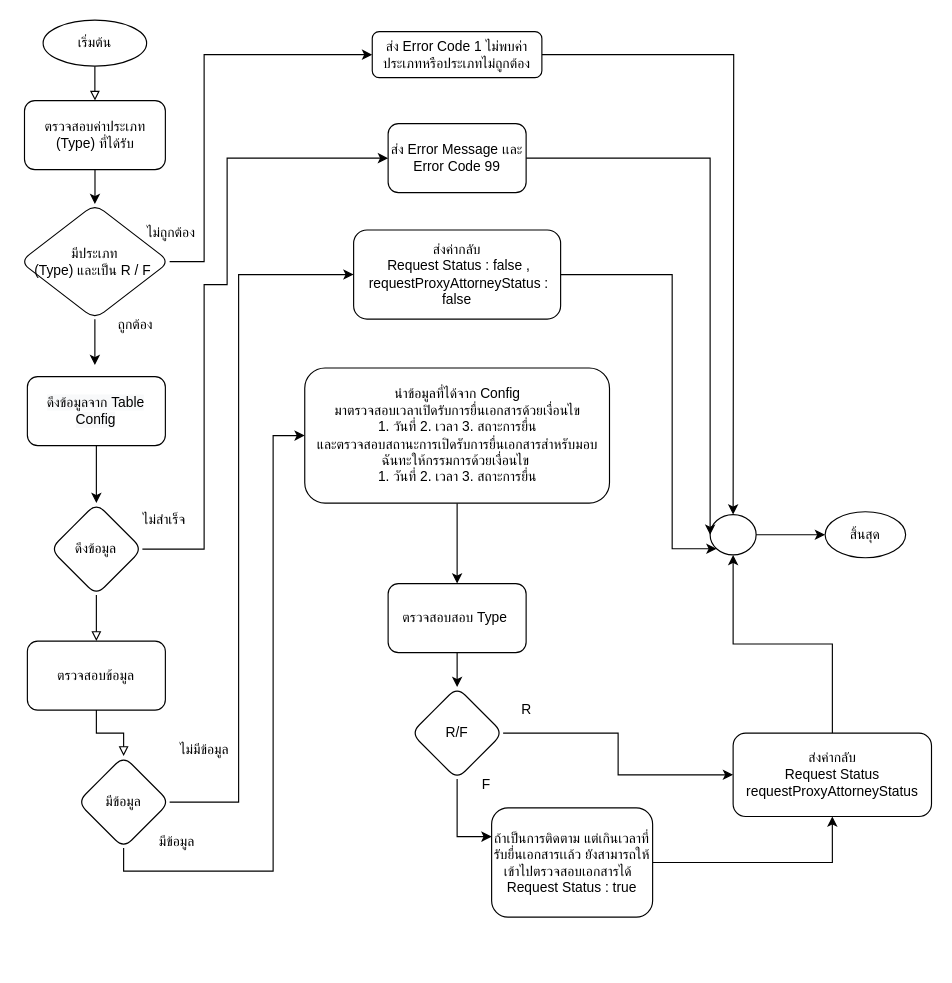
Earlier version of the draw.io diagram checkRequest.drawio (charifrodmanee/charifrodmanee). Source tidied: cells renumbered, new cells numbered last; positions are measured from the earlier drawing's top-left corner, leaving out a move shared by most shapes. Both pictures are drawn from the tidied source at 115%, with x=0, y=0 at pixel (20, 20).
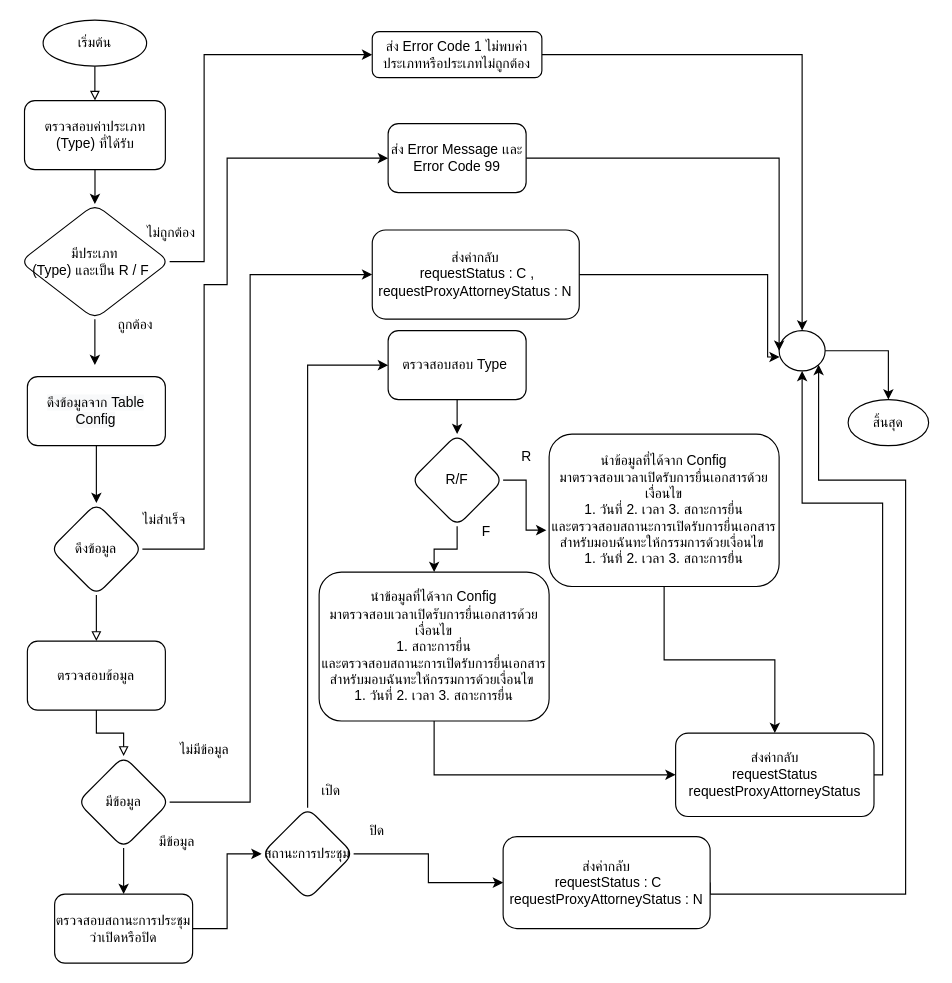
After the change.

Unchanged cells that the change refers to:
```xml
<mxCell id="10" value="ส่ง Error Code 1 ไม่พบค่าประเภทหรือประเภทไม่ถูกต้อง" style="rounded=1;whiteSpace=wrap;html=1;" parent="1" vertex="1">
  <mxGeometry x="306.2" y="10" width="147.5" height="40" as="geometry" />
</mxCell>
<mxCell id="24" value="มีข้อมูล" style="rhombus;whiteSpace=wrap;html=1;rounded=1;" parent="1" vertex="1">
  <mxGeometry x="50" y="640" width="80" height="80" as="geometry" />
</mxCell>
<mxCell id="30" value="ส่ง Error Message เเละ Error Code 99" style="whiteSpace=wrap;html=1;rounded=1;" parent="1" vertex="1">
  <mxGeometry x="320" y="90" width="120" height="60" as="geometry" />
</mxCell>
<mxCell id="38" value="ตรวจสอบสอบ Type&amp;nbsp;" style="whiteSpace=wrap;html=1;rounded=1;" parent="37" vertex="1">
  <mxGeometry width="120" height="60" as="geometry" />
</mxCell>
<mxCell id="39" value="R/F" style="rhombus;whiteSpace=wrap;html=1;rounded=1;" parent="37" vertex="1">
  <mxGeometry x="20" y="90" width="80" height="80" as="geometry" />
</mxCell>
```

Diff of the diagram source:
```diff
@@
-    <mxCell id="3" style="edgeStyle=orthogonalEdgeStyle;rounded=0;jettySize=auto;html=1;" parent="1" edge="1" source="10">
-      <mxGeometry relative="1" as="geometry">
-        <mxPoint x="620" y="430" as="targetPoint" />
-      </mxGeometry>
+    <mxCell id="3" style="edgeStyle=orthogonalEdgeStyle;rounded=0;jettySize=auto;html=1;entryX=0.5;entryY=0;entryDx=0;entryDy=0;" parent="1" edge="1" source="10" target="13">
+      <mxGeometry relative="1" as="geometry" />
     </mxCell>
@@
-    <mxCell id="9" value="มีประเภท&lt;br&gt;(Type) และเป็น R / F&amp;nbsp;" style="rhombus;whiteSpace=wrap;html=1;rounded=1;glass=0;strokeWidth=1;shadow=0;align=center;" parent="1" vertex="1">
+    <mxCell id="9" value="มีประเภท&lt;br&gt;(Type) และเป็น R / F&amp;nbsp;&amp;nbsp;" style="rhombus;whiteSpace=wrap;html=1;rounded=1;glass=0;strokeWidth=1;shadow=0;align=center;" parent="1" vertex="1">
       <mxGeometry y="160" width="130" height="100" as="geometry" />
     </mxCell>
@@
     <mxCell id="13" style="ellipse;whiteSpace=wrap;html=1;rounded=1;glass=0;strokeWidth=1;shadow=0;" parent="1" vertex="1">
-      <mxGeometry x="600" y="430" width="40" height="35" as="geometry" />
+      <mxGeometry x="660" y="270" width="40" height="35" as="geometry" />
     </mxCell>
     <mxCell id="14" value="สิ้นสุด" style="ellipse;whiteSpace=wrap;html=1;rounded=1;glass=0;strokeWidth=1;shadow=0;" parent="1" vertex="1">
-      <mxGeometry x="700" y="427.5" width="70" height="40" as="geometry" />
+      <mxGeometry x="720" y="330" width="70" height="40" as="geometry" />
     </mxCell>
@@
     <mxCell id="22" style="edgeStyle=orthogonalEdgeStyle;rounded=0;jettySize=auto;html=1;entryX=0;entryY=0.5;entryDx=0;entryDy=0;" parent="1" edge="1" source="24" target="33">
       <mxGeometry relative="1" as="geometry">
         <Array as="points">
-          <mxPoint x="190" y="680" />
-          <mxPoint x="190" y="221" />
+          <mxPoint x="200" y="680" />
+          <mxPoint x="200" y="221" />
         </Array>
       </mxGeometry>
     </mxCell>
-    <mxCell id="23" style="edgeStyle=orthogonalEdgeStyle;rounded=0;jettySize=auto;html=1;entryX=0;entryY=0.5;entryDx=0;entryDy=0;" parent="1" edge="1" source="24" target="28">
-      <mxGeometry relative="1" as="geometry">
-        <Array as="points">
-          <mxPoint x="90" y="740" />
-          <mxPoint x="220" y="740" />
-          <mxPoint x="220" y="361" />
-        </Array>
-      </mxGeometry>
-    </mxCell>
+    <mxCell id="47" style="edgeStyle=orthogonalEdgeStyle;rounded=0;jettySize=auto;html=1;" parent="1" edge="1" source="24" target="49">
+      <mxGeometry relative="1" as="geometry" />
+    </mxCell>
@@
-    <mxCell id="27" style="edgeStyle=orthogonalEdgeStyle;rounded=0;jettySize=auto;html=1;entryX=0.5;entryY=0;entryDx=0;entryDy=0;" parent="1" edge="1" source="28" target="38">
-      <mxGeometry relative="1" as="geometry">
-        <Array as="points">
-          <mxPoint x="380" y="475" />
-        </Array>
-      </mxGeometry>
-    </mxCell>
-    <mxCell id="28" value="นำข้อมูลที่ได้จาก Config &lt;br&gt;มาตรวจสอบเวลาเปิดรับการยื่นเอกสารด้วยเงื่อนไข&lt;br&gt;1. วันที่ 2. เวลา 3. สถาะการยื่น &lt;br&gt;และตรวจสอบสถานะการเปิดรับการยื่นเอกสารสำหรับมอบฉันทะให้กรรมการด้วยเงื่อนไข&amp;nbsp;&lt;br&gt;1. วันที่ 2. เวลา 3. สถาะการยื่น" style="whiteSpace=wrap;html=1;rounded=1;" parent="1" vertex="1">
-      <mxGeometry x="247.5" y="302.5" width="265" height="117.5" as="geometry" />
-    </mxCell>
     <mxCell id="29" style="edgeStyle=orthogonalEdgeStyle;rounded=0;jettySize=auto;html=1;entryX=0;entryY=0.5;entryDx=0;entryDy=0;exitX=1;exitY=0.5;exitDx=0;exitDy=0;" parent="1" edge="1" source="30" target="13">
       <mxGeometry relative="1" as="geometry">
         <Array as="points">
-          <mxPoint x="600" y="120" />
+          <mxPoint x="660" y="120" />
         </Array>
       </mxGeometry>
     </mxCell>
@@
-    <mxCell id="32" style="edgeStyle=orthogonalEdgeStyle;rounded=0;jettySize=auto;html=1;entryX=0;entryY=1;entryDx=0;entryDy=0;exitX=1;exitY=0.5;exitDx=0;exitDy=0;" parent="1" edge="1" source="33" target="13">
+    <mxCell id="32" style="edgeStyle=orthogonalEdgeStyle;rounded=0;jettySize=auto;html=1;entryX=0.012;entryY=0.654;entryDx=0;entryDy=0;entryPerimeter=0;" parent="1" edge="1" source="33" target="13">
       <mxGeometry relative="1" as="geometry">
         <Array as="points">
-          <mxPoint x="567" y="221" />
-          <mxPoint x="567" y="460" />
+          <mxPoint x="650" y="221" />
+          <mxPoint x="650" y="293" />
         </Array>
       </mxGeometry>
     </mxCell>
-    <mxCell id="33" value="ส่งค่ากลับ&lt;br&gt;&amp;nbsp;Request Status : false , &lt;br&gt;&amp;nbsp;requestProxyAttorneyStatus : false" style="whiteSpace=wrap;html=1;rounded=1;" parent="1" vertex="1">
-      <mxGeometry x="290" y="182.5" width="180" height="77.5" as="geometry" />
+    <mxCell id="33" value="ส่งค่ากลับ&lt;br&gt;&amp;nbsp;requestStatus : C , &lt;br&gt;&amp;nbsp;requestProxyAttorneyStatus : N&amp;nbsp;" style="whiteSpace=wrap;html=1;rounded=1;" parent="1" vertex="1">
+      <mxGeometry x="306.2" y="182.5" width="180" height="77.5" as="geometry" />
     </mxCell>
@@
-    <mxCell id="35" style="edgeStyle=orthogonalEdgeStyle;rounded=0;jettySize=auto;html=1;entryX=0.5;entryY=1;entryDx=0;entryDy=0;" parent="1" edge="1" source="36" target="13">
-      <mxGeometry relative="1" as="geometry" />
+    <mxCell id="35" style="edgeStyle=orthogonalEdgeStyle;rounded=0;jettySize=auto;html=1;entryX=0.5;entryY=1;entryDx=0;entryDy=0;exitX=1;exitY=0.5;exitDx=0;exitDy=0;" parent="1" edge="1" source="36" target="13">
+      <mxGeometry relative="1" as="geometry">
+        <Array as="points">
+          <mxPoint x="750" y="656" />
+          <mxPoint x="750" y="420" />
+          <mxPoint x="680" y="420" />
+        </Array>
+      </mxGeometry>
     </mxCell>
-    <mxCell id="36" value="ส่งค่ากลับ&lt;br&gt;&amp;nbsp;Request Status&amp;nbsp;&lt;br&gt;&amp;nbsp;requestProxyAttorneyStatus&amp;nbsp;" style="whiteSpace=wrap;html=1;rounded=1;" parent="1" vertex="1">
-      <mxGeometry x="620" y="620" width="172.5" height="72.5" as="geometry" />
+    <mxCell id="36" value="ส่งค่ากลับ&lt;br&gt;&amp;nbsp;requestStatus&amp;nbsp;&lt;br&gt;&amp;nbsp;requestProxyAttorneyStatus&amp;nbsp;" style="whiteSpace=wrap;html=1;rounded=1;" parent="1" vertex="1">
+      <mxGeometry x="570" y="620" width="172.5" height="72.5" as="geometry" />
     </mxCell>
     <mxCell id="37" style="group;" parent="1" vertex="1">
-      <mxGeometry x="320" y="490" width="135" height="190" as="geometry" />
+      <mxGeometry x="320" y="270" width="135" height="190" as="geometry" />
     </mxCell>
@@
-    <mxCell id="43" style="edgeStyle=orthogonalEdgeStyle;rounded=0;jettySize=auto;html=1;entryX=0;entryY=0.5;entryDx=0;entryDy=0;" parent="1" edge="1" source="39" target="36">
-      <mxGeometry relative="1" as="geometry" />
-    </mxCell>
-    <mxCell id="44" style="edgeStyle=orthogonalEdgeStyle;rounded=0;jettySize=auto;html=1;entryX=0.5;entryY=1;entryDx=0;entryDy=0;" parent="1" edge="1" source="45" target="36">
-      <mxGeometry relative="1" as="geometry" />
-    </mxCell>
-    <mxCell id="45" value="ถ้าเป็นการติดตาม แต่เกินเวลาที่รับยื่นเอกสารเเล้ว ยังสามารถให้เข้าไปตรวจสอบเอกสารได้&amp;nbsp;&amp;nbsp;&lt;br&gt;Request Status : true" style="whiteSpace=wrap;html=1;rounded=1;" parent="1" vertex="1">
-      <mxGeometry x="410" y="685" width="140" height="95" as="geometry" />
-    </mxCell>
-    <mxCell id="46" style="edgeStyle=orthogonalEdgeStyle;rounded=0;jettySize=auto;html=1;" parent="1" edge="1" source="39" target="45">
-      <mxGeometry relative="1" as="geometry">
-        <Array as="points">
-          <mxPoint x="380" y="710" />
-        </Array>
-      </mxGeometry>
-    </mxCell>
+    <mxCell id="48" style="edgeStyle=orthogonalEdgeStyle;rounded=0;jettySize=auto;html=1;" parent="1" edge="1" source="49" target="52">
+      <mxGeometry relative="1" as="geometry" />
+    </mxCell>
+    <mxCell id="49" value="ตรวจสอบสถานะการประชุมว่าเปิดหรือปิด" style="whiteSpace=wrap;html=1;rounded=1;" parent="1" vertex="1">
+      <mxGeometry x="30" y="760" width="120" height="60" as="geometry" />
+    </mxCell>
+    <mxCell id="50" style="edgeStyle=orthogonalEdgeStyle;rounded=0;jettySize=auto;html=1;entryX=0;entryY=0.5;entryDx=0;entryDy=0;" parent="1" edge="1" source="52" target="38">
+      <mxGeometry relative="1" as="geometry">
+        <Array as="points">
+          <mxPoint x="250" y="300" />
+        </Array>
+      </mxGeometry>
+    </mxCell>
+    <mxCell id="51" style="edgeStyle=orthogonalEdgeStyle;rounded=0;jettySize=auto;html=1;" parent="1" edge="1" source="52" target="56">
+      <mxGeometry relative="1" as="geometry" />
+    </mxCell>
+    <mxCell id="52" value="สถานะการประชุม" style="rhombus;whiteSpace=wrap;html=1;rounded=1;" parent="1" vertex="1">
+      <mxGeometry x="210" y="685" width="80" height="80" as="geometry" />
+    </mxCell>
+    <mxCell id="53" value="เปิด" style="text;html=1;align=center;verticalAlign=middle;strokeColor=none;fillColor=none;" parent="1" vertex="1">
+      <mxGeometry x="250" y="655" width="40" height="30" as="geometry" />
+    </mxCell>
+    <mxCell id="54" value="ปิด" style="text;html=1;align=center;verticalAlign=middle;strokeColor=none;fillColor=none;" parent="1" vertex="1">
+      <mxGeometry x="290" y="690" width="40" height="30" as="geometry" />
+    </mxCell>
+    <mxCell id="55" style="edgeStyle=orthogonalEdgeStyle;rounded=0;jettySize=auto;html=1;entryX=1;entryY=1;entryDx=0;entryDy=0;exitX=1;exitY=0.5;exitDx=0;exitDy=0;" parent="1" edge="1" source="56" target="13">
+      <mxGeometry relative="1" as="geometry">
+        <Array as="points">
+          <mxPoint x="600" y="760" />
+          <mxPoint x="770" y="760" />
+          <mxPoint x="770" y="400" />
+          <mxPoint x="694" y="400" />
+        </Array>
+      </mxGeometry>
+    </mxCell>
+    <mxCell id="56" value="ส่งค่ากลับ&lt;br&gt;&amp;nbsp;requestStatus : C&lt;br&gt;&amp;nbsp;requestProxyAttorneyStatus : N&amp;nbsp;" style="whiteSpace=wrap;html=1;rounded=1;" parent="1" vertex="1">
+      <mxGeometry x="420" y="710" width="180" height="80" as="geometry" />
+    </mxCell>
+    <mxCell id="57" style="edgeStyle=orthogonalEdgeStyle;rounded=0;jettySize=auto;html=1;entryX=0.5;entryY=0;entryDx=0;entryDy=0;" parent="1" edge="1" source="28" target="36">
+      <mxGeometry relative="1" as="geometry" />
+    </mxCell>
+    <mxCell id="28" value="นำข้อมูลที่ได้จาก Config&lt;br&gt;มาตรวจสอบเวลาเปิดรับการยื่นเอกสารด้วยเงื่อนไข&lt;br&gt;1. วันที่ 2. เวลา 3. สถาะการยื่น &lt;br&gt;และตรวจสอบสถานะการเปิดรับการยื่นเอกสารสำหรับมอบฉันทะให้กรรมการด้วยเงื่อนไข&amp;nbsp;&lt;br&gt;1. วันที่ 2. เวลา 3. สถาะการยื่น" style="whiteSpace=wrap;html=1;rounded=1;" parent="1" vertex="1">
+      <mxGeometry x="460" y="360" width="200" height="132.5" as="geometry" />
+    </mxCell>
+    <mxCell id="58" style="edgeStyle=orthogonalEdgeStyle;rounded=0;jettySize=auto;html=1;entryX=-0.012;entryY=0.63;entryDx=0;entryDy=0;entryPerimeter=0;" parent="1" edge="1" source="39" target="28">
+      <mxGeometry relative="1" as="geometry" />
+    </mxCell>
+    <mxCell id="59" style="edgeStyle=orthogonalEdgeStyle;rounded=0;jettySize=auto;html=1;entryX=0;entryY=0.5;entryDx=0;entryDy=0;exitX=0.5;exitY=1;exitDx=0;exitDy=0;" parent="1" edge="1" source="60" target="36">
+      <mxGeometry relative="1" as="geometry" />
+    </mxCell>
+    <mxCell id="60" value="นำข้อมูลที่ได้จาก Config&lt;br&gt;มาตรวจสอบเวลาเปิดรับการยื่นเอกสารด้วยเงื่อนไข&lt;br&gt;1. สถาะการยื่น &lt;br&gt;และตรวจสอบสถานะการเปิดรับการยื่นเอกสารสำหรับมอบฉันทะให้กรรมการด้วยเงื่อนไข&amp;nbsp;&lt;br&gt;1. วันที่ 2. เวลา 3. สถาะการยื่น" style="whiteSpace=wrap;html=1;rounded=1;" parent="1" vertex="1">
+      <mxGeometry x="260" y="480" width="200" height="129.5" as="geometry" />
+    </mxCell>
+    <mxCell id="61" style="edgeStyle=orthogonalEdgeStyle;rounded=0;jettySize=auto;html=1;entryX=0.5;entryY=0;entryDx=0;entryDy=0;" parent="1" edge="1" source="39" target="60">
+      <mxGeometry relative="1" as="geometry" />
+    </mxCell>
```
